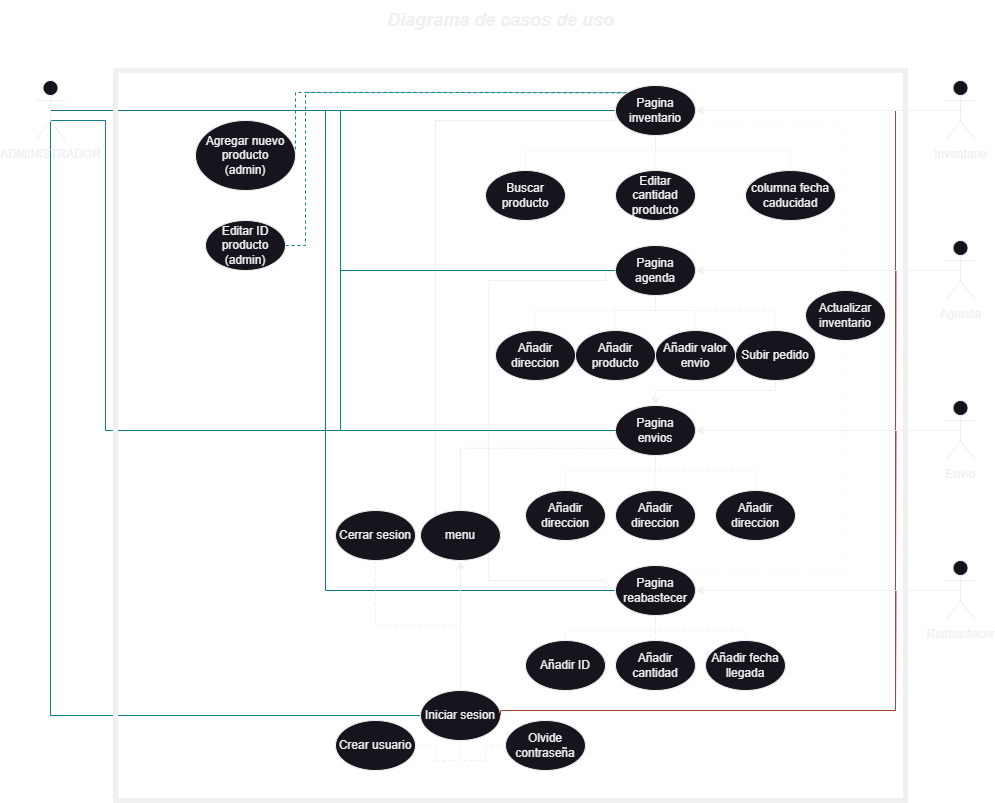
Earlier version of the draw.io export casos de uso.png (Exhelsior/pagina_proyecto). Source tidied: cells renumbered, new cells last; positions are measured from the earlier drawing's top-left corner, leaving out a move shared by most shapes.
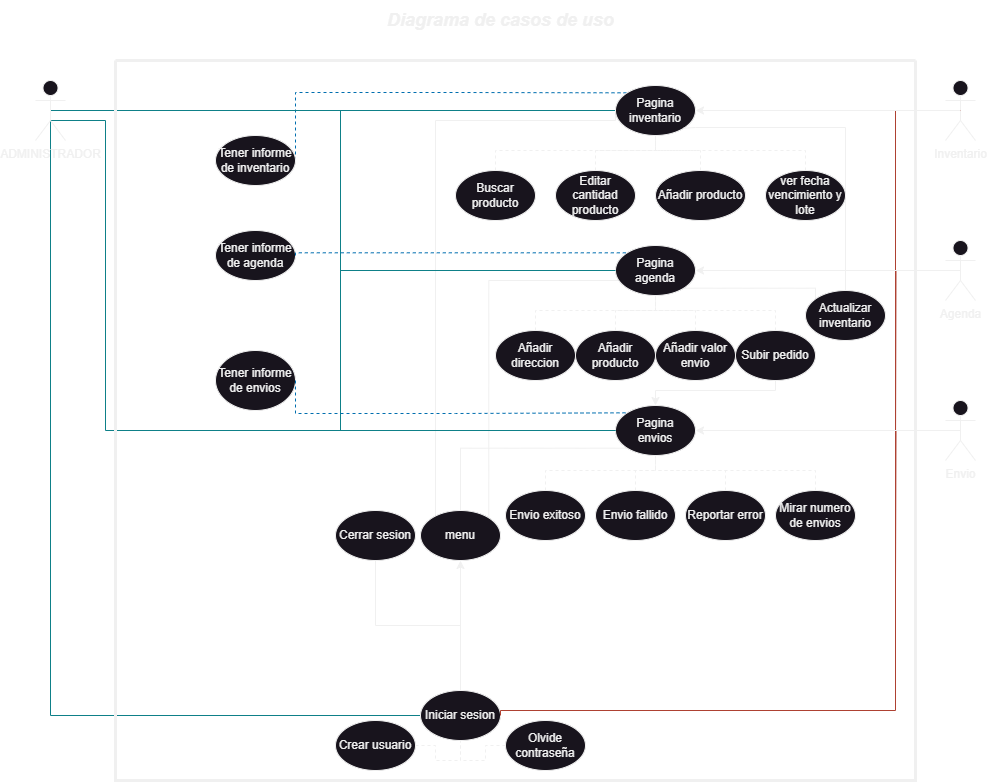
Later version of the same file.

Commit message:
cambios casos de uso

Change to the diagram source:
```diff
@@ -5,19 +5,10 @@
     <mxCell id="2" value="Diagrama de casos de uso" style="text;html=1;align=center;verticalAlign=middle;strokeColor=none;fillColor=none;fontSize=18;fontStyle=3;" parent="1" vertex="1">
       <mxGeometry x="345" width="240" height="40" as="geometry" />
     </mxCell>
-    <mxCell id="3" style="edgeStyle=orthogonalEdgeStyle;rounded=0;jettySize=auto;html=1;exitX=1;exitY=1;exitDx=0;exitDy=0;entryX=0;entryY=0.5;entryDx=0;entryDy=0;endArrow=none;endFill=0;" parent="1" edge="1" source="7" target="44">
-      <mxGeometry relative="1" as="geometry">
-        <Array as="points">
-          <mxPoint x="454" y="580" />
-          <mxPoint x="570" y="580" />
-        </Array>
-      </mxGeometry>
-    </mxCell>
-    <mxCell id="4" style="edgeStyle=orthogonalEdgeStyle;rounded=0;jettySize=auto;html=1;exitX=1;exitY=0;exitDx=0;exitDy=0;entryX=0;entryY=0.5;entryDx=0;entryDy=0;endArrow=none;endFill=0;" parent="1" edge="1" source="7" target="9">
+    <mxCell id="4" style="edgeStyle=orthogonalEdgeStyle;rounded=0;jettySize=auto;html=1;exitX=1;exitY=0;exitDx=0;exitDy=0;entryX=0.035;entryY=0.7;entryDx=0;entryDy=0;endArrow=none;endFill=0;entryPerimeter=0;" parent="1" edge="1" source="7" target="9">
       <mxGeometry relative="1" as="geometry">
         <Array as="points">
-          <mxPoint x="454" y="280" />
-          <mxPoint x="570" y="280" />
+          <mxPoint x="453" y="280" />
         </Array>
       </mxGeometry>
     </mxCell>
@@ -44,10 +35,17 @@
     <mxCell id="8" value="Pagina &lt;br&gt;envios" style="ellipse;whiteSpace=wrap;html=1;" parent="1" vertex="1">
       <mxGeometry x="580" y="405" width="80" height="50" as="geometry" />
     </mxCell>
+    <mxCell id="74" style="edgeStyle=orthogonalEdgeStyle;rounded=0;jettySize=auto;html=1;exitX=1;exitY=1;exitDx=0;exitDy=0;entryX=0;entryY=0.5;entryDx=0;entryDy=0;endArrow=none;endFill=0;" parent="1" edge="1" source="9" target="55">
+      <mxGeometry relative="1" as="geometry">
+        <Array as="points">
+          <mxPoint x="780" y="288" />
+        </Array>
+      </mxGeometry>
+    </mxCell>
     <mxCell id="9" value="Pagina agenda" style="ellipse;whiteSpace=wrap;html=1;" parent="1" vertex="1">
       <mxGeometry x="580" y="245" width="80" height="50" as="geometry" />
     </mxCell>
-    <mxCell id="10" style="edgeStyle=orthogonalEdgeStyle;rounded=0;jettySize=auto;html=1;exitX=1;exitY=0.5;exitDx=0;exitDy=0;entryX=0;entryY=0;entryDx=0;entryDy=0;fillColor=#b0e3e6;strokeColor=#0e8088;endArrow=none;endFill=0;dashed=1;" parent="1" edge="1" source="11" target="41">
+    <mxCell id="10" style="edgeStyle=orthogonalEdgeStyle;rounded=0;jettySize=auto;html=1;exitX=1;exitY=0.5;exitDx=0;exitDy=0;entryX=0;entryY=0;entryDx=0;entryDy=0;fillColor=#1ba1e2;strokeColor=#006EAF;endArrow=none;endFill=0;dashed=1;" parent="1" edge="1" source="11" target="41">
       <mxGeometry relative="1" as="geometry">
         <Array as="points">
           <mxPoint x="260" y="92" />
@@ -55,54 +53,30 @@
         </Array>
       </mxGeometry>
     </mxCell>
-    <mxCell id="11" value="Agregar nuevo producto&lt;div&gt;(admin)&lt;/div&gt;" style="ellipse;whiteSpace=wrap;html=1;" parent="1" vertex="1">
-      <mxGeometry x="160" y="120" width="100" height="70" as="geometry" />
-    </mxCell>
     <mxCell id="12" style="edgeStyle=orthogonalEdgeStyle;rounded=0;jettySize=auto;html=1;exitX=0.5;exitY=0;exitDx=0;exitDy=0;entryX=0.5;entryY=1;entryDx=0;entryDy=0;endArrow=none;endFill=0;dashed=1;" parent="1" edge="1" source="13" target="41">
       <mxGeometry relative="1" as="geometry">
         <Array as="points">
-          <mxPoint x="620" y="140" />
-          <mxPoint x="620" y="140" />
+          <mxPoint x="560" y="150" />
+          <mxPoint x="620" y="150" />
         </Array>
       </mxGeometry>
     </mxCell>
-    <mxCell id="13" value="Editar cantidad producto" style="ellipse;whiteSpace=wrap;html=1;" parent="1" vertex="1">
-      <mxGeometry x="580" y="170" width="80" height="50" as="geometry" />
-    </mxCell>
-    <mxCell id="14" style="edgeStyle=orthogonalEdgeStyle;rounded=0;jettySize=auto;html=1;exitX=1;exitY=0.5;exitDx=0;exitDy=0;entryX=0;entryY=0;entryDx=0;entryDy=0;fillColor=#b0e3e6;strokeColor=#0e8088;endArrow=none;endFill=0;dashed=1;" parent="1" edge="1" source="15" target="41">
-      <mxGeometry relative="1" as="geometry">
-        <Array as="points">
-          <mxPoint x="270" y="245" />
-          <mxPoint x="270" y="92" />
-          <mxPoint x="590" y="92" />
-        </Array>
-      </mxGeometry>
-    </mxCell>
-    <mxCell id="15" value="Editar ID producto&lt;div&gt;(admin)&lt;/div&gt;" style="ellipse;whiteSpace=wrap;html=1;" parent="1" vertex="1">
-      <mxGeometry x="170" y="220" width="80" height="50" as="geometry" />
-    </mxCell>
     <mxCell id="16" style="edgeStyle=orthogonalEdgeStyle;rounded=0;jettySize=auto;html=1;exitX=0.5;exitY=0;exitDx=0;exitDy=0;entryX=0.5;entryY=1;entryDx=0;entryDy=0;endArrow=none;endFill=0;dashed=1;" parent="1" edge="1" source="17" target="41">
       <mxGeometry relative="1" as="geometry">
         <Array as="points">
-          <mxPoint x="490" y="150" />
+          <mxPoint x="460" y="150" />
           <mxPoint x="620" y="150" />
         </Array>
       </mxGeometry>
     </mxCell>
-    <mxCell id="17" value="Buscar producto" style="ellipse;whiteSpace=wrap;html=1;" parent="1" vertex="1">
-      <mxGeometry x="450" y="170" width="80" height="50" as="geometry" />
-    </mxCell>
     <mxCell id="18" style="edgeStyle=orthogonalEdgeStyle;rounded=0;jettySize=auto;html=1;exitX=0.5;exitY=0;exitDx=0;exitDy=0;entryX=0.5;entryY=1;entryDx=0;entryDy=0;endArrow=none;endFill=0;dashed=1;" parent="1" edge="1" source="19" target="41">
       <mxGeometry relative="1" as="geometry">
         <Array as="points">
-          <mxPoint x="755" y="150" />
+          <mxPoint x="665" y="150" />
           <mxPoint x="620" y="150" />
         </Array>
       </mxGeometry>
     </mxCell>
-    <mxCell id="19" value="columna fecha caducidad" style="ellipse;whiteSpace=wrap;html=1;" parent="1" vertex="1">
-      <mxGeometry x="710" y="170" width="90" height="50" as="geometry" />
-    </mxCell>
     <mxCell id="20" style="edgeStyle=orthogonalEdgeStyle;rounded=0;jettySize=auto;html=1;exitX=0.5;exitY=0.5;exitDx=0;exitDy=0;exitPerimeter=0;entryX=0;entryY=0.5;entryDx=0;entryDy=0;endArrow=none;endFill=0;fillColor=#b0e3e6;strokeColor=#0e8088;" parent="1" edge="1" source="26" target="28">
       <mxGeometry relative="1" as="geometry">
         <Array as="points">
@@ -128,14 +102,6 @@
     <mxCell id="24" style="edgeStyle=orthogonalEdgeStyle;rounded=0;jettySize=auto;html=1;exitX=0.5;exitY=0.5;exitDx=0;exitDy=0;exitPerimeter=0;entryX=0;entryY=0.5;entryDx=0;entryDy=0;endArrow=none;endFill=0;fillColor=#b0e3e6;strokeColor=#0e8088;" parent="1" edge="1" source="26" target="8">
       <mxGeometry relative="1" as="geometry" />
     </mxCell>
-    <mxCell id="25" style="edgeStyle=orthogonalEdgeStyle;rounded=0;jettySize=auto;html=1;exitX=0.5;exitY=0.5;exitDx=0;exitDy=0;exitPerimeter=0;entryX=0;entryY=0.5;entryDx=0;entryDy=0;endArrow=none;endFill=0;fillColor=#b1ddf0;strokeColor=#10739e;" parent="1" edge="1" source="26" target="44">
-      <mxGeometry relative="1" as="geometry">
-        <Array as="points">
-          <mxPoint x="290" y="110" />
-          <mxPoint x="290" y="590" />
-        </Array>
-      </mxGeometry>
-    </mxCell>
     <mxCell id="26" value="ADMINISTRADOR" style="shape=umlActor;verticalLabelPosition=bottom;verticalAlign=top;html=1;" parent="1" vertex="1">
       <mxGeometry y="80" width="30" height="60" as="geometry" />
     </mxCell>
@@ -176,14 +142,6 @@
     <mxCell id="37" value="Envio" style="shape=umlActor;verticalLabelPosition=bottom;verticalAlign=top;html=1;" parent="1" vertex="1">
       <mxGeometry x="910" y="400" width="30" height="60" as="geometry" />
     </mxCell>
-    <mxCell id="38" style="edgeStyle=orthogonalEdgeStyle;rounded=0;jettySize=auto;html=1;exitX=0.5;exitY=0.5;exitDx=0;exitDy=0;exitPerimeter=0;endArrow=none;endFill=0;fillColor=#fad9d5;strokeColor=#ae4132;" parent="1" edge="1" source="39">
-      <mxGeometry relative="1" as="geometry">
-        <mxPoint x="860" y="710" as="targetPoint" />
-      </mxGeometry>
-    </mxCell>
-    <mxCell id="39" value="Reabastecer" style="shape=umlActor;verticalLabelPosition=bottom;verticalAlign=top;html=1;" parent="1" vertex="1">
-      <mxGeometry x="910" y="560" width="30" height="60" as="geometry" />
-    </mxCell>
     <mxCell id="40" style="edgeStyle=orthogonalEdgeStyle;rounded=0;jettySize=auto;html=1;exitX=1;exitY=0.5;exitDx=0;exitDy=0;entryX=0.5;entryY=0.5;entryDx=0;entryDy=0;entryPerimeter=0;endArrow=none;endFill=0;fillColor=#fad9d5;strokeColor=#ae4132;" parent="1" edge="1" source="28" target="33">
       <mxGeometry relative="1" as="geometry">
         <Array as="points">
@@ -195,20 +153,6 @@
     <mxCell id="41" value="Pagina inventario" style="ellipse;whiteSpace=wrap;html=1;" parent="1" vertex="1">
       <mxGeometry x="580" y="85" width="80" height="50" as="geometry" />
     </mxCell>
-    <mxCell id="42" style="edgeStyle=orthogonalEdgeStyle;rounded=0;jettySize=auto;html=1;exitX=1;exitY=0;exitDx=0;exitDy=0;entryX=0.5;entryY=1;entryDx=0;entryDy=0;endArrow=none;endFill=0;dashed=1;dashPattern=1 4;" parent="1" edge="1" source="44" target="55">
-      <mxGeometry relative="1" as="geometry" />
-    </mxCell>
-    <mxCell id="43" style="edgeStyle=orthogonalEdgeStyle;rounded=0;jettySize=auto;html=1;exitX=0.5;exitY=1;exitDx=0;exitDy=0;entryX=0.5;entryY=0;entryDx=0;entryDy=0;endArrow=none;endFill=0;dashed=1;" parent="1" edge="1" source="44" target="66">
-      <mxGeometry relative="1" as="geometry">
-        <Array as="points">
-          <mxPoint x="620" y="630" />
-          <mxPoint x="710" y="630" />
-        </Array>
-      </mxGeometry>
-    </mxCell>
-    <mxCell id="44" value="Pagina&lt;div&gt;reabastecer&lt;/div&gt;" style="ellipse;whiteSpace=wrap;html=1;" parent="1" vertex="1">
-      <mxGeometry x="580" y="565" width="80" height="50" as="geometry" />
-    </mxCell>
     <mxCell id="45" style="edgeStyle=orthogonalEdgeStyle;rounded=0;jettySize=auto;html=1;exitX=0.5;exitY=0;exitDx=0;exitDy=0;entryX=0.5;entryY=1;entryDx=0;entryDy=0;endArrow=none;endFill=0;dashed=1;" parent="1" edge="1" source="46" target="9">
       <mxGeometry relative="1" as="geometry">
         <Array as="points">
@@ -261,7 +205,7 @@
     <mxCell id="53" value="Subir pedido" style="ellipse;whiteSpace=wrap;html=1;" parent="1" vertex="1">
       <mxGeometry x="700" y="330" width="80" height="50" as="geometry" />
     </mxCell>
-    <mxCell id="54" style="edgeStyle=orthogonalEdgeStyle;rounded=0;jettySize=auto;html=1;exitX=0.5;exitY=0;exitDx=0;exitDy=0;entryX=1;entryY=1;entryDx=0;entryDy=0;endArrow=none;endFill=0;dashed=1;dashPattern=1 4;" parent="1" edge="1" source="55" target="41">
+    <mxCell id="54" style="edgeStyle=orthogonalEdgeStyle;rounded=0;jettySize=auto;html=1;exitX=0.5;exitY=0;exitDx=0;exitDy=0;entryX=1;entryY=1;entryDx=0;entryDy=0;endArrow=none;endFill=0;" parent="1" edge="1" source="55" target="41">
       <mxGeometry relative="1" as="geometry">
         <Array as="points">
           <mxPoint x="810" y="127" />
@@ -269,66 +213,31 @@
         </Array>
       </mxGeometry>
     </mxCell>
-    <mxCell id="55" value="Actualizar inventario" style="ellipse;whiteSpace=wrap;html=1;" parent="1" vertex="1">
-      <mxGeometry x="770" y="290" width="80" height="50" as="geometry" />
-    </mxCell>
     <mxCell id="56" style="edgeStyle=orthogonalEdgeStyle;rounded=0;jettySize=auto;html=1;exitX=0.5;exitY=0;exitDx=0;exitDy=0;entryX=0.5;entryY=1;entryDx=0;entryDy=0;endArrow=none;endFill=0;dashed=1;" parent="1" edge="1" source="57" target="8">
       <mxGeometry relative="1" as="geometry">
         <Array as="points">
-          <mxPoint x="530" y="470" />
+          <mxPoint x="510" y="470" />
           <mxPoint x="620" y="470" />
         </Array>
       </mxGeometry>
     </mxCell>
-    <mxCell id="57" value="Añadir direccion" style="ellipse;whiteSpace=wrap;html=1;" parent="1" vertex="1">
-      <mxGeometry x="490" y="490" width="80" height="50" as="geometry" />
-    </mxCell>
     <mxCell id="58" style="edgeStyle=orthogonalEdgeStyle;rounded=0;jettySize=auto;html=1;exitX=0.5;exitY=0;exitDx=0;exitDy=0;entryX=0.5;entryY=1;entryDx=0;entryDy=0;endArrow=none;endFill=0;dashed=1;" parent="1" edge="1" source="59" target="8">
       <mxGeometry relative="1" as="geometry" />
     </mxCell>
-    <mxCell id="59" value="Añadir direccion" style="ellipse;whiteSpace=wrap;html=1;" parent="1" vertex="1">
-      <mxGeometry x="580" y="490" width="80" height="50" as="geometry" />
-    </mxCell>
     <mxCell id="60" style="edgeStyle=orthogonalEdgeStyle;rounded=0;jettySize=auto;html=1;exitX=0.5;exitY=0;exitDx=0;exitDy=0;entryX=0.5;entryY=1;entryDx=0;entryDy=0;endArrow=none;endFill=0;dashed=1;" parent="1" edge="1" source="61" target="8">
       <mxGeometry relative="1" as="geometry">
         <Array as="points">
-          <mxPoint x="720" y="470" />
+          <mxPoint x="690" y="470" />
           <mxPoint x="620" y="470" />
         </Array>
       </mxGeometry>
     </mxCell>
-    <mxCell id="61" value="Añadir direccion" style="ellipse;whiteSpace=wrap;html=1;" parent="1" vertex="1">
-      <mxGeometry x="680" y="490" width="80" height="50" as="geometry" />
-    </mxCell>
-    <mxCell id="62" style="edgeStyle=orthogonalEdgeStyle;rounded=0;jettySize=auto;html=1;exitX=0.5;exitY=0;exitDx=0;exitDy=0;entryX=0.5;entryY=1;entryDx=0;entryDy=0;endArrow=none;endFill=0;dashed=1;" parent="1" edge="1" source="63" target="44">
-      <mxGeometry relative="1" as="geometry">
-        <Array as="points">
-          <mxPoint x="530" y="630" />
-          <mxPoint x="620" y="630" />
-        </Array>
-      </mxGeometry>
-    </mxCell>
-    <mxCell id="63" value="Añadir ID" style="ellipse;whiteSpace=wrap;html=1;" parent="1" vertex="1">
-      <mxGeometry x="490" y="640" width="80" height="50" as="geometry" />
-    </mxCell>
-    <mxCell id="64" style="edgeStyle=orthogonalEdgeStyle;rounded=0;jettySize=auto;html=1;exitX=0.5;exitY=0;exitDx=0;exitDy=0;entryX=0.5;entryY=1;entryDx=0;entryDy=0;endArrow=none;endFill=0;dashed=1;" parent="1" edge="1" source="65" target="44">
-      <mxGeometry relative="1" as="geometry" />
-    </mxCell>
-    <mxCell id="65" value="Añadir cantidad" style="ellipse;whiteSpace=wrap;html=1;" parent="1" vertex="1">
-      <mxGeometry x="580" y="640" width="80" height="50" as="geometry" />
-    </mxCell>
-    <mxCell id="66" value="Añadir fecha llegada" style="ellipse;whiteSpace=wrap;html=1;" parent="1" vertex="1">
-      <mxGeometry x="670" y="640" width="80" height="50" as="geometry" />
-    </mxCell>
-    <mxCell id="67" style="edgeStyle=orthogonalEdgeStyle;rounded=0;jettySize=auto;html=1;exitX=0.5;exitY=1;exitDx=0;exitDy=0;entryX=0.5;entryY=0;entryDx=0;entryDy=0;endArrow=none;endFill=0;dashed=1;" parent="1" edge="1" source="68" target="28">
+    <mxCell id="67" style="edgeStyle=orthogonalEdgeStyle;rounded=0;jettySize=auto;html=1;exitX=0.5;exitY=1;exitDx=0;exitDy=0;entryX=0.5;entryY=0;entryDx=0;entryDy=0;endArrow=none;endFill=0;" parent="1" edge="1" source="68" target="28">
       <mxGeometry relative="1" as="geometry" />
     </mxCell>
     <mxCell id="68" value="Cerrar sesion" style="ellipse;whiteSpace=wrap;html=1;" parent="1" vertex="1">
       <mxGeometry x="300" y="510" width="80" height="50" as="geometry" />
     </mxCell>
-    <mxCell id="69" style="edgeStyle=orthogonalEdgeStyle;rounded=0;jettySize=auto;html=1;exitX=1;exitY=0.5;exitDx=0;exitDy=0;entryX=0.5;entryY=0.5;entryDx=0;entryDy=0;entryPerimeter=0;endArrow=none;endFill=0;startArrow=classic;startFill=1;" parent="1" edge="1" source="44" target="39">
-      <mxGeometry relative="1" as="geometry" />
-    </mxCell>
     <mxCell id="70" style="edgeStyle=orthogonalEdgeStyle;rounded=0;jettySize=auto;html=1;exitX=1;exitY=0.5;exitDx=0;exitDy=0;entryX=0.5;entryY=0.5;entryDx=0;entryDy=0;entryPerimeter=0;endArrow=none;endFill=0;startArrow=classic;startFill=1;" parent="1" edge="1" source="9" target="35">
       <mxGeometry relative="1" as="geometry" />
     </mxCell>
@@ -338,8 +247,75 @@
     <mxCell id="72" style="edgeStyle=orthogonalEdgeStyle;rounded=0;jettySize=auto;html=1;exitX=1;exitY=0.5;exitDx=0;exitDy=0;entryX=0.5;entryY=0.5;entryDx=0;entryDy=0;entryPerimeter=0;endArrow=none;endFill=0;startArrow=classic;startFill=1;" parent="1" edge="1" source="41" target="33">
       <mxGeometry relative="1" as="geometry" />
     </mxCell>
-    <mxCell id="73" style="rounded=0;whiteSpace=wrap;html=1;fillColor=none;strokeWidth=5;" parent="1" vertex="1">
-      <mxGeometry x="80" y="70" width="790" height="730" as="geometry" />
-    </mxCell>
+    <mxCell id="75" style="swimlane;startSize=0;strokeWidth=3;" parent="1" vertex="1">
+      <mxGeometry x="80" y="60" width="800" height="720" as="geometry" />
+    </mxCell>
+    <mxCell id="57" value="Envio exitoso" style="ellipse;whiteSpace=wrap;html=1;" parent="75" vertex="1">
+      <mxGeometry x="390" y="430" width="80" height="50" as="geometry" />
+    </mxCell>
+    <mxCell id="59" value="Envio fallido" style="ellipse;whiteSpace=wrap;html=1;" parent="75" vertex="1">
+      <mxGeometry x="480" y="430" width="80" height="50" as="geometry" />
+    </mxCell>
+    <mxCell id="61" value="Reportar error" style="ellipse;whiteSpace=wrap;html=1;" parent="75" vertex="1">
+      <mxGeometry x="570" y="430" width="80" height="50" as="geometry" />
+    </mxCell>
+    <mxCell id="76" value="Mirar numero de envios" style="ellipse;whiteSpace=wrap;html=1;" parent="75" vertex="1">
+      <mxGeometry x="660" y="430" width="80" height="50" as="geometry" />
+    </mxCell>
+    <mxCell id="55" value="Actualizar inventario" style="ellipse;whiteSpace=wrap;html=1;" parent="75" vertex="1">
+      <mxGeometry x="690" y="230" width="80" height="50" as="geometry" />
+    </mxCell>
+    <mxCell id="17" value="Buscar producto" style="ellipse;whiteSpace=wrap;html=1;" parent="75" vertex="1">
+      <mxGeometry x="340" y="110" width="80" height="50" as="geometry" />
+    </mxCell>
+    <mxCell id="13" value="Editar cantidad producto" style="ellipse;whiteSpace=wrap;html=1;" parent="75" vertex="1">
+      <mxGeometry x="440" y="110" width="80" height="50" as="geometry" />
+    </mxCell>
+    <mxCell id="19" value="Añadir producto" style="ellipse;whiteSpace=wrap;html=1;" parent="75" vertex="1">
+      <mxGeometry x="540" y="110" width="90" height="50" as="geometry" />
+    </mxCell>
+    <mxCell id="11" value="Tener informe de inventario" style="ellipse;whiteSpace=wrap;html=1;" parent="75" vertex="1">
+      <mxGeometry x="100" y="75" width="80" height="50" as="geometry" />
+    </mxCell>
+    <mxCell id="15" value="Tener informe de agenda" style="ellipse;whiteSpace=wrap;html=1;" parent="75" vertex="1">
+      <mxGeometry x="100" y="170" width="80" height="50" as="geometry" />
+    </mxCell>
+    <mxCell id="77" value="Tener informe de envios" style="ellipse;whiteSpace=wrap;html=1;" parent="75" vertex="1">
+      <mxGeometry x="100" y="290" width="80" height="60" as="geometry" />
+    </mxCell>
+    <mxCell id="78" value="ver fecha vencimiento y lote" style="ellipse;whiteSpace=wrap;html=1;" parent="75" vertex="1">
+      <mxGeometry x="650" y="110" width="80" height="50" as="geometry" />
+    </mxCell>
+    <mxCell id="79" style="edgeStyle=orthogonalEdgeStyle;rounded=0;jettySize=auto;html=1;exitX=0.5;exitY=0;exitDx=0;exitDy=0;entryX=0.5;entryY=1;entryDx=0;entryDy=0;dashed=1;endArrow=none;endFill=0;" parent="1" edge="1" source="76" target="8">
+      <mxGeometry relative="1" as="geometry">
+        <Array as="points">
+          <mxPoint x="780" y="470" />
+          <mxPoint x="620" y="470" />
+        </Array>
+      </mxGeometry>
+    </mxCell>
+    <mxCell id="80" style="edgeStyle=orthogonalEdgeStyle;rounded=0;jettySize=auto;html=1;exitX=1;exitY=0.5;exitDx=0;exitDy=0;entryX=0;entryY=0;entryDx=0;entryDy=0;fillColor=#1ba1e2;strokeColor=#006EAF;endArrow=none;endFill=0;dashed=1;" parent="1" edge="1" source="15" target="9">
+      <mxGeometry relative="1" as="geometry">
+        <Array as="points">
+          <mxPoint x="260" y="252" />
+        </Array>
+      </mxGeometry>
+    </mxCell>
+    <mxCell id="81" style="edgeStyle=orthogonalEdgeStyle;rounded=0;jettySize=auto;html=1;exitX=1;exitY=0.5;exitDx=0;exitDy=0;entryX=0;entryY=0;entryDx=0;entryDy=0;fillColor=#1ba1e2;strokeColor=#006EAF;dashed=1;endArrow=none;endFill=0;" parent="1" edge="1" source="77" target="8">
+      <mxGeometry relative="1" as="geometry">
+        <Array as="points">
+          <mxPoint x="260" y="413" />
+          <mxPoint x="420" y="413" />
+        </Array>
+      </mxGeometry>
+    </mxCell>
+    <mxCell id="82" style="edgeStyle=orthogonalEdgeStyle;rounded=0;jettySize=auto;html=1;exitX=0.5;exitY=0;exitDx=0;exitDy=0;entryX=0.5;entryY=1;entryDx=0;entryDy=0;endArrow=none;endFill=0;dashed=1;" parent="1" edge="1" source="78" target="41">
+      <mxGeometry relative="1" as="geometry">
+        <Array as="points">
+          <mxPoint x="770" y="150" />
+          <mxPoint x="620" y="150" />
+        </Array>
+      </mxGeometry>
+    </mxCell>
   </root>
 </mxGraphModel>
```
